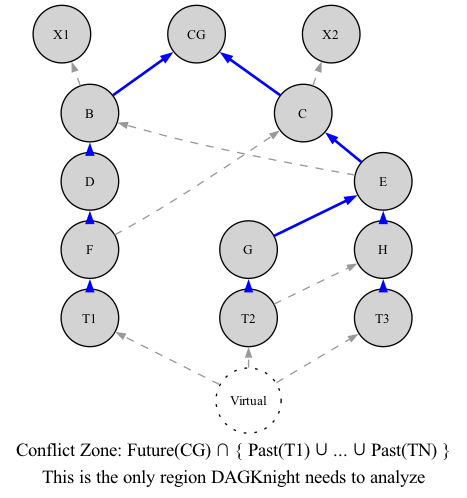
Above: png/03-conflict-zone.png in coderofstuff/dk-wiki (Graphviz), before the change. Its source is kept beside it as dot/03-conflict-zone.dot.
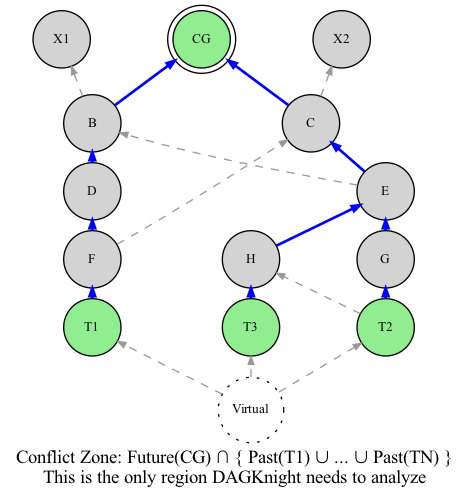
After the change.

What changed in the source:
```diff
@@ -17,7 +17,7 @@
         B [label="B"];
         D [label="D"];
         F [label="F"];
-        T1 [label="T1"];
+        T1 [label="T1", fillcolor="lightgreen"];
     }
 
     subgraph cluster_right {
@@ -28,13 +28,13 @@
         penwidth=0;
         E [label="E"];
         G [label="G"];
-        T2 [label="T2"];
+        T2 [label="T2", fillcolor="lightgreen"];
         H [label="H"];
-        T3 [label="T3"];
+        T3 [label="T3", fillcolor="lightgreen"];
         C [label="C"];
     }
 
-    CG [label="CG"];
+    CG [label="CG", fillcolor="lightgreen", shape="doublecircle"];
     X1 [label="X1"];
     X2 [label="X2"];
 
```
